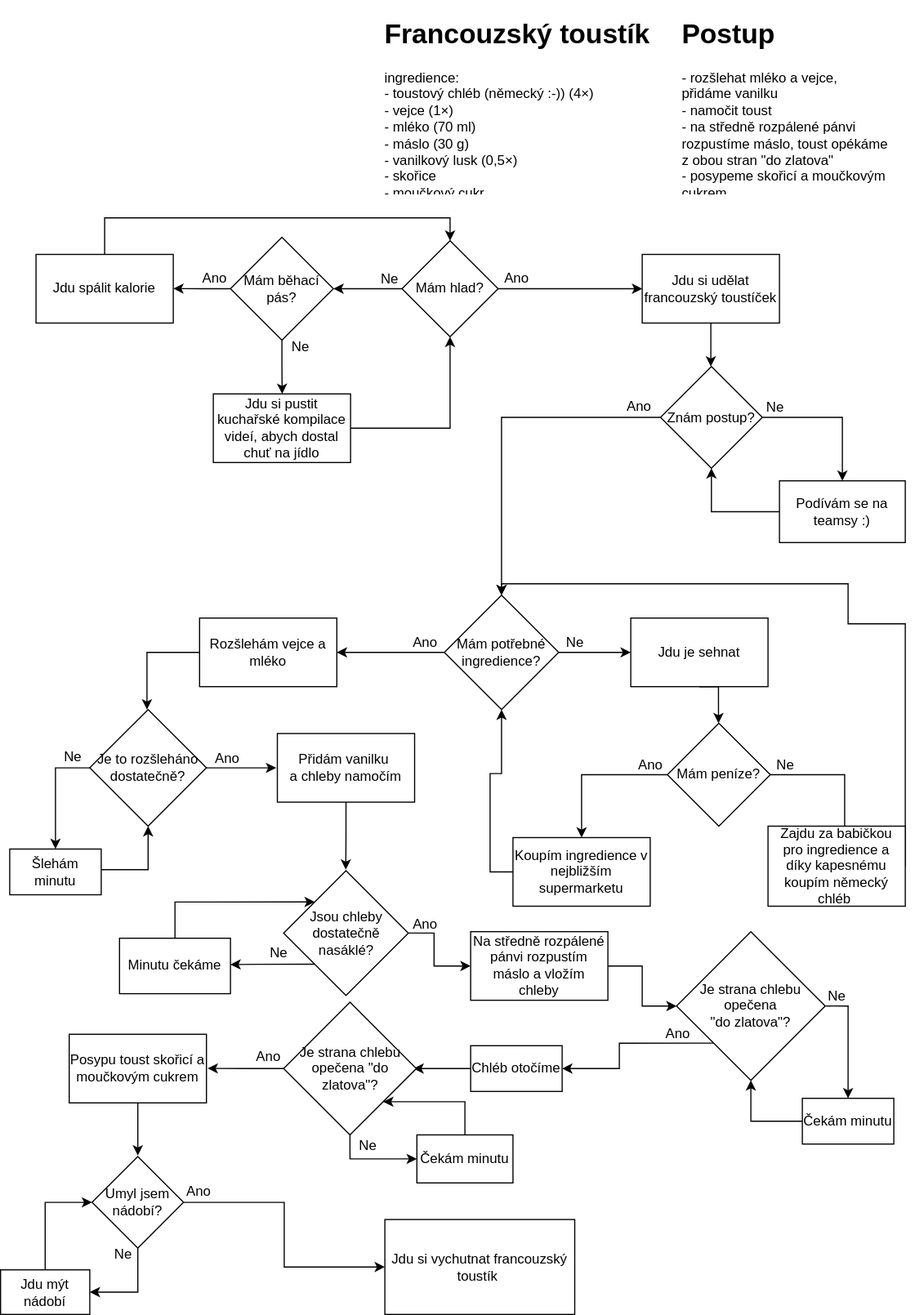
Earlier version of the draw.io export složka/Francouzský toustík.svg (dankolar69/diagrams.net-1). Source tidied: cells renumbered, new cells last; positions are measured from the earlier drawing's top-left corner, leaving out a move shared by most shapes.
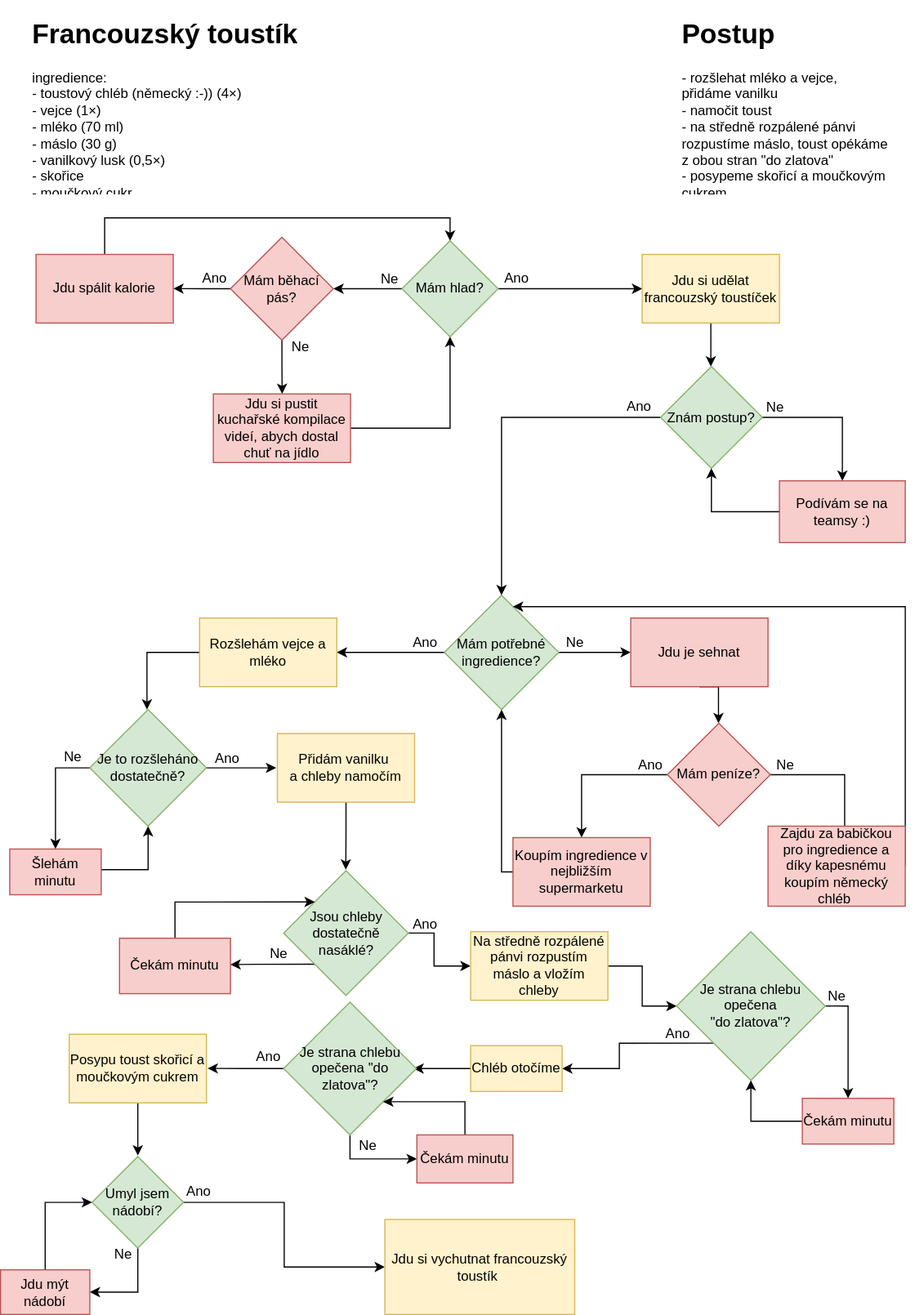
The same file after the commit.

Diff of the diagram source:
```diff
@@ -5,3 +5,3 @@
     <mxCell id="2" value="&lt;h1&gt;Francouzský toustík&lt;/h1&gt;&lt;p&gt;ingredience:&amp;nbsp;&lt;br&gt;&lt;span&gt;- toustový chléb (německý :-)) (4×)&lt;br&gt;- vejce (1×)&lt;br&gt;- mléko (70 ml)&lt;br&gt;- máslo (30 g)&lt;br&gt;&lt;/span&gt;&lt;span&gt;- vanilkový lusk (0,5×)&lt;br&gt;&lt;/span&gt;&lt;span&gt;- skořice&lt;br&gt;&lt;/span&gt;&lt;span&gt;- moučkový cukr&lt;/span&gt;&lt;/p&gt;" style="text;html=1;strokeColor=none;fillColor=none;spacing=5;spacingTop=-20;whiteSpace=wrap;overflow=hidden;rounded=0;" parent="1" vertex="1">
-      <mxGeometry x="331" width="260" height="160" as="geometry" />
+      <mxGeometry x="22.5" width="260" height="160" as="geometry" />
     </mxCell>
@@ -21,3 +21,3 @@
     </mxCell>
-    <mxCell id="7" value="Mám hlad?" style="rhombus;whiteSpace=wrap;html=1;" parent="1" vertex="1">
+    <mxCell id="7" value="Mám hlad?" style="rhombus;whiteSpace=wrap;html=1;fillColor=#d5e8d4;strokeColor=#82b366;" parent="1" vertex="1">
       <mxGeometry x="351" y="200" width="84" height="84" as="geometry" />
@@ -34,3 +34,3 @@
     </mxCell>
-    <mxCell id="10" value="Mám běhací pás?" style="rhombus;whiteSpace=wrap;html=1;" parent="1" vertex="1">
+    <mxCell id="10" value="Mám běhací pás?" style="rhombus;whiteSpace=wrap;html=1;fillColor=#f8cecc;strokeColor=#b85450;" parent="1" vertex="1">
       <mxGeometry x="201" y="197" width="90" height="90" as="geometry" />
@@ -46,3 +46,3 @@
     </mxCell>
-    <mxCell id="12" value="Jdu spálit kalorie" style="rounded=0;whiteSpace=wrap;html=1;" parent="1" vertex="1">
+    <mxCell id="12" value="Jdu spálit kalorie" style="rounded=0;whiteSpace=wrap;html=1;fillColor=#f8cecc;strokeColor=#b85450;" parent="1" vertex="1">
       <mxGeometry x="31" y="212" width="120" height="60" as="geometry" />
@@ -58,3 +58,3 @@
     </mxCell>
-    <mxCell id="16" value="Jdu si pustit kuchařské kompilace videí, abych dostal chuť na jídlo" style="rounded=0;whiteSpace=wrap;html=1;" parent="1" vertex="1">
+    <mxCell id="16" value="Jdu si pustit kuchařské kompilace videí, abych dostal chuť na jídlo" style="rounded=0;whiteSpace=wrap;html=1;fillColor=#f8cecc;strokeColor=#b85450;" parent="1" vertex="1">
       <mxGeometry x="186" y="334" width="120" height="60" as="geometry" />
@@ -66,3 +66,3 @@
     </mxCell>
-    <mxCell id="18" value="Jdu si udělat francouzský toustíček" style="rounded=0;whiteSpace=wrap;html=1;" parent="1" vertex="1">
+    <mxCell id="18" value="Jdu si udělat francouzský toustíček" style="rounded=0;whiteSpace=wrap;html=1;fillColor=#fff2cc;strokeColor=#d6b656;" parent="1" vertex="1">
       <mxGeometry x="561" y="212" width="120" height="60" as="geometry" />
@@ -75,3 +75,3 @@
     </mxCell>
-    <mxCell id="21" value="Mám potřebné ingredience?" style="rhombus;whiteSpace=wrap;html=1;" parent="1" vertex="1">
+    <mxCell id="21" value="Mám potřebné ingredience?" style="rhombus;whiteSpace=wrap;html=1;fillColor=#d5e8d4;strokeColor=#82b366;" parent="1" vertex="1">
       <mxGeometry x="388" y="510" width="100" height="100" as="geometry" />
@@ -86,3 +86,3 @@
     </mxCell>
-    <mxCell id="24" value="Jdu je sehnat" style="rounded=0;whiteSpace=wrap;html=1;" parent="1" vertex="1">
+    <mxCell id="24" value="Jdu je sehnat" style="rounded=0;whiteSpace=wrap;html=1;fillColor=#f8cecc;strokeColor=#b85450;" parent="1" vertex="1">
       <mxGeometry x="551" y="530" width="120" height="60" as="geometry" />
@@ -106,3 +106,3 @@
     </mxCell>
-    <mxCell id="28" value="Mám peníze?" style="rhombus;whiteSpace=wrap;html=1;" parent="1" vertex="1">
+    <mxCell id="28" value="Mám peníze?" style="rhombus;whiteSpace=wrap;html=1;fillColor=#f8cecc;strokeColor=#b85450;" parent="1" vertex="1">
       <mxGeometry x="583" y="622" width="90" height="90" as="geometry" />
@@ -115,7 +115,3 @@
         <Array as="points">
-          <mxPoint x="791" y="685" />
-          <mxPoint x="791" y="535" />
-          <mxPoint x="741" y="535" />
-          <mxPoint x="741" y="500" />
-          <mxPoint x="456" y="500" />
+          <mxPoint x="791" y="520" />
         </Array>
@@ -123,3 +119,3 @@
     </mxCell>
-    <mxCell id="31" value="Zajdu za babičkou pro ingredience a díky kapesnému koupím německý chléb&amp;nbsp;" style="rounded=0;whiteSpace=wrap;html=1;" parent="1" vertex="1">
+    <mxCell id="31" value="Zajdu za babičkou pro ingredience a díky kapesnému koupím německý chléb&amp;nbsp;" style="rounded=0;whiteSpace=wrap;html=1;fillColor=#f8cecc;strokeColor=#b85450;" parent="1" vertex="1">
       <mxGeometry x="671" y="712" width="120" height="70" as="geometry" />
@@ -130,5 +126,9 @@
     <mxCell id="33" style="edgeStyle=orthogonalEdgeStyle;rounded=0;jettySize=auto;html=1;exitX=0;exitY=0.5;exitDx=0;exitDy=0;entryX=0.5;entryY=1;entryDx=0;entryDy=0;endArrow=classic;endFill=1;" parent="1" edge="1" source="34" target="21">
-      <mxGeometry relative="1" as="geometry" />
+      <mxGeometry relative="1" as="geometry">
+        <Array as="points">
+          <mxPoint x="438" y="752" />
+        </Array>
+      </mxGeometry>
     </mxCell>
-    <mxCell id="34" value="Koupím ingredience v nejbližším supermarketu" style="rounded=0;whiteSpace=wrap;html=1;" parent="1" vertex="1">
+    <mxCell id="34" value="Koupím ingredience v nejbližším supermarketu" style="rounded=0;whiteSpace=wrap;html=1;fillColor=#f8cecc;strokeColor=#b85450;" parent="1" vertex="1">
       <mxGeometry x="448" y="722" width="120" height="60" as="geometry" />
@@ -145,3 +145,3 @@
     </mxCell>
-    <mxCell id="37" value="Rozšlehám vejce a mléko" style="rounded=0;whiteSpace=wrap;html=1;" parent="1" vertex="1">
+    <mxCell id="37" value="Rozšlehám vejce a mléko" style="rounded=0;whiteSpace=wrap;html=1;fillColor=#fff2cc;strokeColor=#d6b656;" parent="1" vertex="1">
       <mxGeometry x="174" y="530" width="120" height="60" as="geometry" />
@@ -162,3 +162,3 @@
     </mxCell>
-    <mxCell id="40" value="Je to rozšleháno dostatečně?" style="rhombus;whiteSpace=wrap;html=1;" parent="1" vertex="1">
+    <mxCell id="40" value="Je to rozšleháno dostatečně?" style="rhombus;whiteSpace=wrap;html=1;fillColor=#d5e8d4;strokeColor=#82b366;" parent="1" vertex="1">
       <mxGeometry x="78" y="610" width="102" height="102" as="geometry" />
@@ -175,3 +175,3 @@
     </mxCell>
-    <mxCell id="42" value="Šlehám minutu" style="rounded=0;whiteSpace=wrap;html=1;" parent="1" vertex="1">
+    <mxCell id="42" value="Šlehám minutu" style="rounded=0;whiteSpace=wrap;html=1;fillColor=#f8cecc;strokeColor=#b85450;" parent="1" vertex="1">
       <mxGeometry x="8" y="732" width="80" height="40" as="geometry" />
@@ -186,3 +186,3 @@
     </mxCell>
-    <mxCell id="45" value="Přidám vanilku&amp;nbsp;&lt;br&gt;a chleby namočím" style="rounded=0;whiteSpace=wrap;html=1;" parent="1" vertex="1">
+    <mxCell id="45" value="Přidám vanilku&amp;nbsp;&lt;br&gt;a chleby namočím" style="rounded=0;whiteSpace=wrap;html=1;fillColor=#fff2cc;strokeColor=#d6b656;" parent="1" vertex="1">
       <mxGeometry x="242" y="631" width="120" height="60" as="geometry" />
@@ -195,3 +195,3 @@
     </mxCell>
-    <mxCell id="48" value="Znám postup?" style="rhombus;whiteSpace=wrap;html=1;" parent="1" vertex="1">
+    <mxCell id="48" value="Znám postup?" style="rhombus;whiteSpace=wrap;html=1;fillColor=#d5e8d4;strokeColor=#82b366;" parent="1" vertex="1">
       <mxGeometry x="577" y="310" width="89" height="89" as="geometry" />
@@ -201,3 +201,3 @@
     </mxCell>
-    <mxCell id="50" value="Podívám se na teamsy :)" style="rounded=0;whiteSpace=wrap;html=1;" parent="1" vertex="1">
+    <mxCell id="50" value="Podívám se na teamsy :)" style="rounded=0;whiteSpace=wrap;html=1;fillColor=#f8cecc;strokeColor=#b85450;" parent="1" vertex="1">
       <mxGeometry x="681" y="410" width="110" height="54" as="geometry" />
@@ -226,3 +226,3 @@
     </mxCell>
-    <mxCell id="56" value="Jsou chleby dostatečně nasáklé?" style="rhombus;whiteSpace=wrap;html=1;" parent="1" vertex="1">
+    <mxCell id="56" value="Jsou chleby dostatečně nasáklé?" style="rhombus;whiteSpace=wrap;html=1;fillColor=#d5e8d4;strokeColor=#82b366;" parent="1" vertex="1">
       <mxGeometry x="247.5" y="751" width="109" height="109" as="geometry" />
@@ -232,3 +232,3 @@
     </mxCell>
-    <mxCell id="58" value="Minutu čekáme" style="rounded=0;whiteSpace=wrap;html=1;" parent="1" vertex="1">
+    <mxCell id="58" value="Čekám minutu" style="rounded=0;whiteSpace=wrap;html=1;fillColor=#f8cecc;strokeColor=#b85450;" parent="1" vertex="1">
       <mxGeometry x="104" y="810" width="97" height="48.5" as="geometry" />
@@ -236,3 +236,3 @@
     <mxCell id="59" value="Ne" style="text;html=1;align=center;verticalAlign=middle;strokeColor=none;fillColor=none;" parent="1" vertex="1">
-      <mxGeometry x="228" y="813" width="30" height="20" as="geometry" />
+      <mxGeometry x="228" y="814" width="30" height="20" as="geometry" />
     </mxCell>
@@ -244,3 +244,3 @@
     </mxCell>
-    <mxCell id="62" value="Na středně rozpálené pánvi rozpustím máslo a vložím chleby" style="rounded=0;whiteSpace=wrap;html=1;" parent="1" vertex="1">
+    <mxCell id="62" value="Na středně rozpálené pánvi rozpustím máslo a vložím chleby" style="rounded=0;whiteSpace=wrap;html=1;fillColor=#fff2cc;strokeColor=#d6b656;" parent="1" vertex="1">
       <mxGeometry x="411" y="804.2" width="120" height="60" as="geometry" />
@@ -258,3 +258,3 @@
     </mxCell>
-    <mxCell id="65" value="Je strana chlebu opečena&lt;br&gt;&quot;do zlatova&quot;?" style="rhombus;whiteSpace=wrap;html=1;" parent="1" vertex="1">
+    <mxCell id="65" value="Je strana chlebu opečena&lt;br&gt;&quot;do zlatova&quot;?" style="rhombus;whiteSpace=wrap;html=1;fillColor=#d5e8d4;strokeColor=#82b366;" parent="1" vertex="1">
       <mxGeometry x="591" y="804.2" width="130" height="130" as="geometry" />
@@ -264,3 +264,3 @@
     </mxCell>
-    <mxCell id="67" value="Čekám minutu" style="rounded=0;whiteSpace=wrap;html=1;" parent="1" vertex="1">
+    <mxCell id="67" value="Čekám minutu" style="rounded=0;whiteSpace=wrap;html=1;fillColor=#f8cecc;strokeColor=#b85450;" parent="1" vertex="1">
       <mxGeometry x="701" y="950" width="80" height="40" as="geometry" />
@@ -278,3 +278,3 @@
     </mxCell>
-    <mxCell id="71" value="Chléb otočíme" style="rounded=0;whiteSpace=wrap;html=1;" parent="1" vertex="1">
+    <mxCell id="71" value="Chléb otočíme" style="rounded=0;whiteSpace=wrap;html=1;fillColor=#fff2cc;strokeColor=#d6b656;" parent="1" vertex="1">
       <mxGeometry x="411" y="904" width="80" height="40" as="geometry" />
@@ -289,3 +289,3 @@
     </mxCell>
-    <mxCell id="74" value="Je strana chlebu opečena &quot;do zlatova&quot;?" style="rhombus;whiteSpace=wrap;html=1;" parent="1" vertex="1">
+    <mxCell id="74" value="Je strana chlebu opečena &quot;do zlatova&quot;?" style="rhombus;whiteSpace=wrap;html=1;fillColor=#d5e8d4;strokeColor=#82b366;" parent="1" vertex="1">
       <mxGeometry x="247.5" y="866" width="116" height="116" as="geometry" />
@@ -298,3 +298,3 @@
     </mxCell>
-    <mxCell id="77" value="Čekám minutu" style="rounded=0;whiteSpace=wrap;html=1;" parent="1" vertex="1">
+    <mxCell id="77" value="Čekám minutu" style="rounded=0;whiteSpace=wrap;html=1;fillColor=#f8cecc;strokeColor=#b85450;" parent="1" vertex="1">
       <mxGeometry x="364" y="982" width="84" height="42" as="geometry" />
@@ -309,3 +309,3 @@
     </mxCell>
-    <mxCell id="80" value="Posypu toust skořicí a moučkovým cukrem" style="rounded=0;whiteSpace=wrap;html=1;" parent="1" vertex="1">
+    <mxCell id="80" value="Posypu toust skořicí a moučkovým cukrem" style="rounded=0;whiteSpace=wrap;html=1;fillColor=#fff2cc;strokeColor=#d6b656;" parent="1" vertex="1">
       <mxGeometry x="60" y="894" width="120" height="60" as="geometry" />
@@ -318,3 +318,3 @@
     </mxCell>
-    <mxCell id="83" value="Umyl jsem nádobí?" style="rhombus;whiteSpace=wrap;html=1;" parent="1" vertex="1">
+    <mxCell id="83" value="Umyl jsem nádobí?" style="rhombus;whiteSpace=wrap;html=1;fillColor=#d5e8d4;strokeColor=#82b366;" parent="1" vertex="1">
       <mxGeometry x="80" y="1001" width="80" height="80" as="geometry" />
@@ -324,3 +324,3 @@
     </mxCell>
-    <mxCell id="85" value="Jdu mýt nádobí" style="rounded=0;whiteSpace=wrap;html=1;" parent="1" vertex="1">
+    <mxCell id="85" value="Jdu mýt nádobí" style="rounded=0;whiteSpace=wrap;html=1;fillColor=#f8cecc;strokeColor=#b85450;" parent="1" vertex="1">
       <mxGeometry y="1100" width="78" height="39" as="geometry" />
@@ -330,3 +330,3 @@
     </mxCell>
-    <mxCell id="87" value="Jdu si vychutnat francouzský toustík&amp;nbsp;" style="rounded=0;whiteSpace=wrap;html=1;" parent="1" vertex="1">
+    <mxCell id="87" value="Jdu si vychutnat francouzský toustík&amp;nbsp;" style="rounded=0;whiteSpace=wrap;html=1;fillColor=#fff2cc;strokeColor=#d6b656;" parent="1" vertex="1">
       <mxGeometry x="336" y="1056" width="166" height="83" as="geometry" />
```
